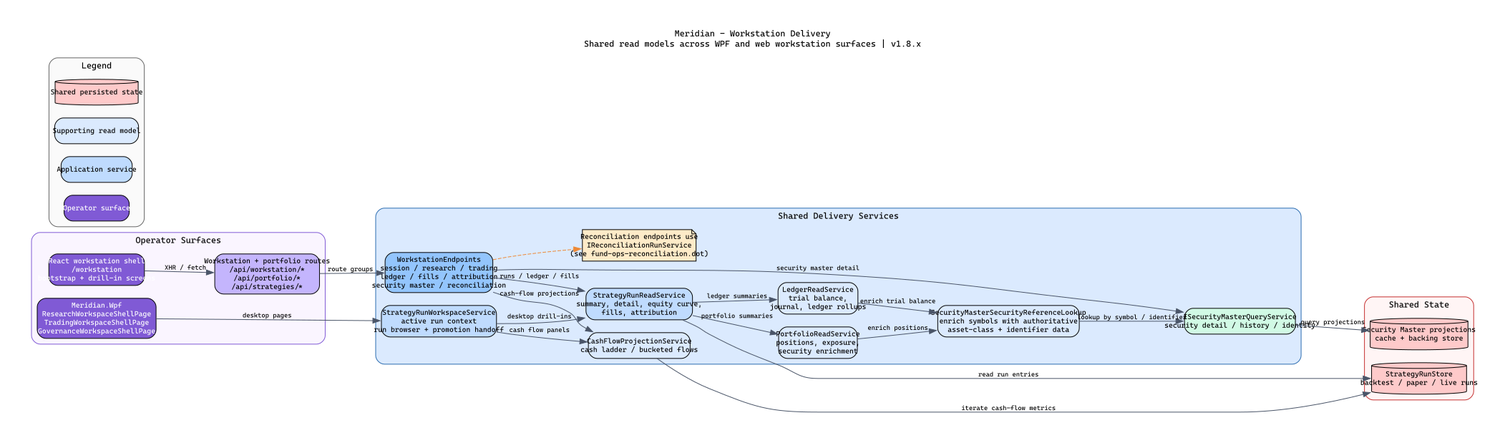
This is docs/diagrams/workstation-delivery.png from rodoHasArrived/Meridian-main, a Graphviz export, as it was before one commit. Its source is kept beside it as docs/diagrams/workstation-delivery.dot.
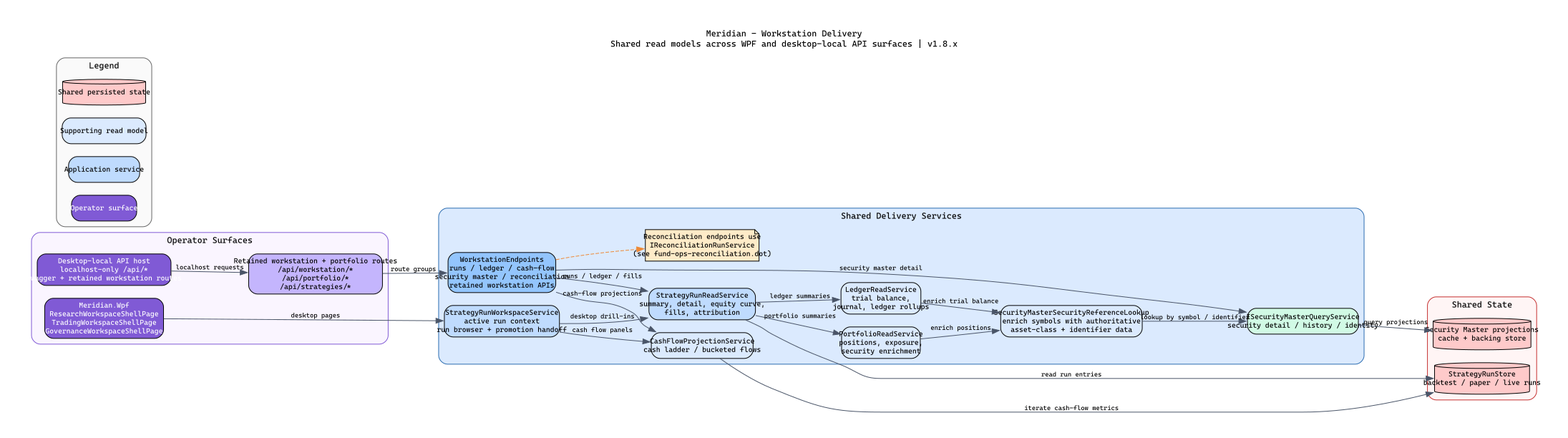
Above is the later version.

The edit, as a diff of the source:
```diff
@@ -6,7 +6,7 @@
   edge  [fontname="Helvetica", fontsize=9, color="#4a5568"];
 
   labelloc="t";
-  label="Meridian - Workstation Delivery\nShared read models across WPF and web workstation surfaces | v1.8.x";
+  label="Meridian - Workstation Delivery\nShared read models across WPF and desktop-local API surfaces | v1.8.x";
 
   subgraph cluster_surfaces {
     label="Operator Surfaces";
@@ -17,9 +17,9 @@
     WPF_SURFACES [fillcolor="#805ad5", fontcolor="white",
                   label="Meridian.Wpf\nResearchWorkspaceShellPage\nTradingWorkspaceShellPage\nGovernanceWorkspaceShellPage"];
     WEB_SHELL [fillcolor="#805ad5", fontcolor="white",
-               label="React workstation shell\n/workstation\nbootstrap + drill-in screens"];
+               label="Desktop-local API host\nlocalhost-only /api/*\nSwagger + retained workstation routes"];
     API_SURFACE [fillcolor="#c4b5fd",
-                 label="Workstation + portfolio routes\n/api/workstation/*\n/api/portfolio/*\n/api/strategies/*"];
+                 label="Retained workstation + portfolio routes\n/api/workstation/*\n/api/portfolio/*\n/api/strategies/*"];
   }
 
   subgraph cluster_delivery {
@@ -31,7 +31,7 @@
     WPF_WORKSPACE [fillcolor="#bfdbfe",
                    label="StrategyRunWorkspaceService\nactive run context\nrun browser + promotion handoff"];
     WORKSTATION_ENDPOINTS [fillcolor="#93c5fd",
-                           label="WorkstationEndpoints\nsession / research / trading\nledger / fills / attribution\nsecurity master / reconciliation"];
+                           label="WorkstationEndpoints\nruns / ledger / cash-flow\nsecurity master / reconciliation\nretained workstation APIs"];
     RUN_READ [fillcolor="#bfdbfe",
               label="StrategyRunReadService\nsummary, detail, equity curve,\nfills, attribution"];
     PORTFOLIO_READ [fillcolor="#dbeafe",
@@ -61,7 +61,7 @@
   }
 
   WPF_SURFACES -> WPF_WORKSPACE [label="desktop pages"];
-  WEB_SHELL -> API_SURFACE [label="XHR / fetch"];
+  WEB_SHELL -> API_SURFACE [label="localhost requests"];
   API_SURFACE -> WORKSTATION_ENDPOINTS [label="route groups"];
 
   WPF_WORKSPACE -> RUN_READ [label="desktop drill-ins"];
```
